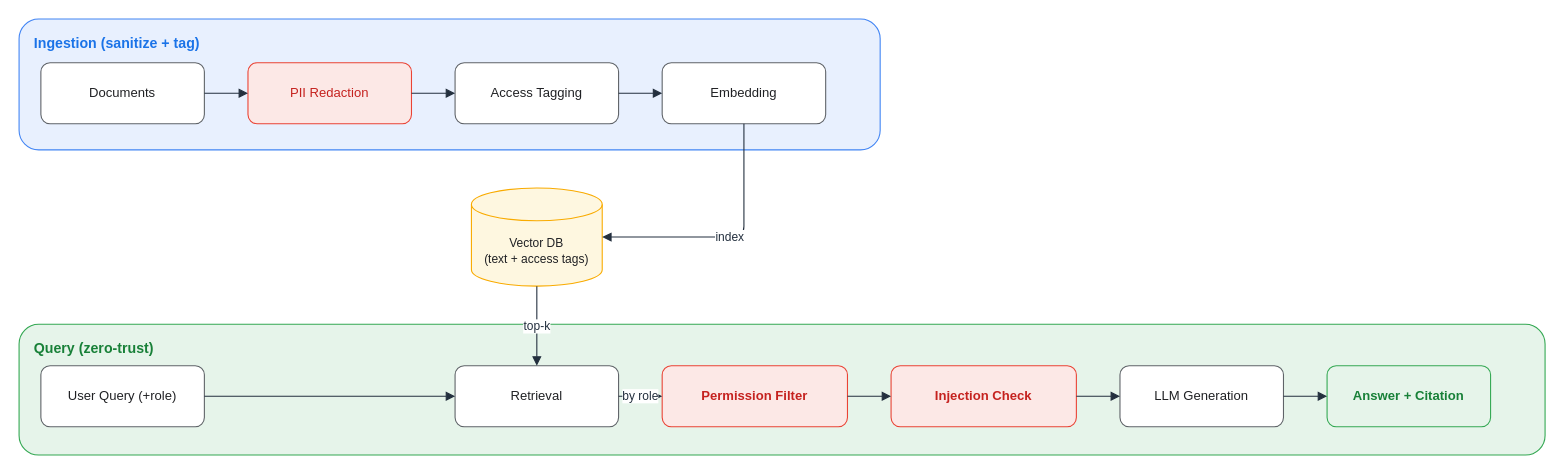
Above: assets/img/ai/rag-05-secure-rag-flow.drawio in KKamJi98/kkamji98.github.io (draw.io), before the change. Source tidied: cells renumbered, new cells numbered last; positions are measured from the earlier drawing's top-left corner, leaving out a move shared by most shapes. Both pictures are drawn from the tidied source at 109%, with x=0, y=0 at pixel (19, 19).
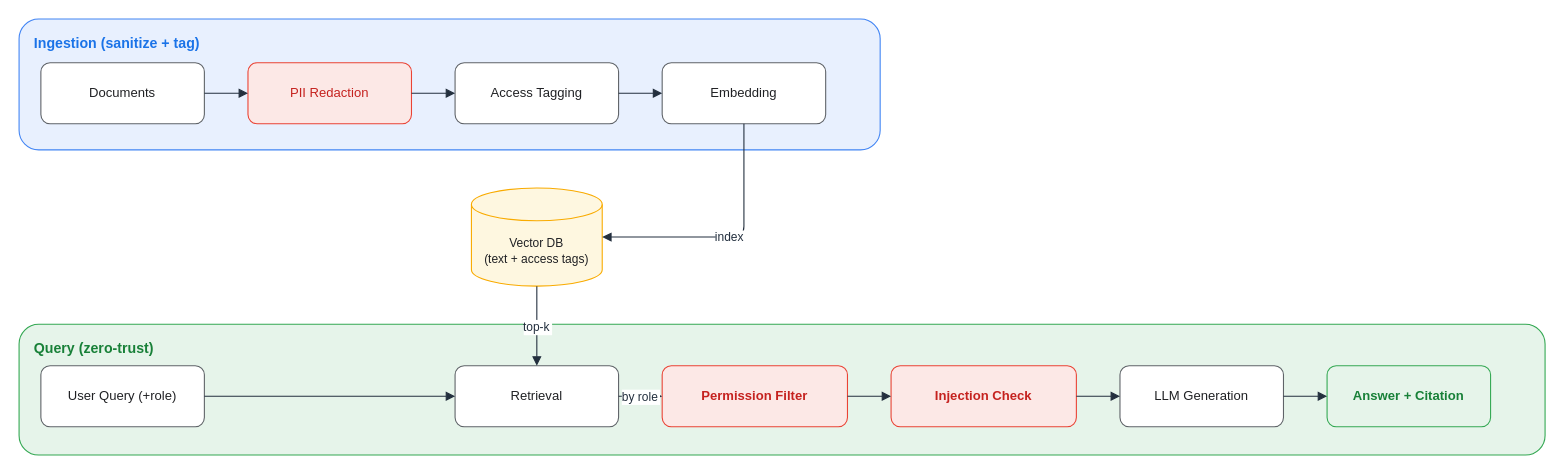
The same diagram, later.

Unchanged cells that the change refers to:
```xml
<mxCell id="7" value="Embedding" style="rounded=1;whiteSpace=wrap;html=1;fillColor=#FFFFFF;strokeColor=#5F6368;shadow=0;fontSize=12;fontColor=#202124;" parent="1" vertex="1">
  <mxGeometry x="590" y="40" width="150" height="56" as="geometry" />
</mxCell>
<mxCell id="8" value="Vector DB&#10;(text + access tags)" style="shape=cylinder3;whiteSpace=wrap;html=1;fillColor=#FEF7E0;strokeColor=#F9AB00;shadow=0;fontSize=11;fontColor=#202124;boundedLbl=1;" parent="1" vertex="1">
  <mxGeometry x="415" y="155" width="120" height="90" as="geometry" />
</mxCell>
<mxCell id="10" value="Retrieval" style="rounded=1;whiteSpace=wrap;html=1;fillColor=#FFFFFF;strokeColor=#5F6368;shadow=0;fontSize=12;fontColor=#202124;" parent="1" vertex="1">
  <mxGeometry x="400" y="318" width="150" height="56" as="geometry" />
</mxCell>
<mxCell id="11" value="Permission Filter" style="rounded=1;whiteSpace=wrap;html=1;fillColor=#FCE8E6;strokeColor=#EA4335;shadow=0;fontSize=12;fontColor=#C5221F;fontStyle=1;" parent="1" vertex="1">
  <mxGeometry x="590" y="318" width="170" height="56" as="geometry" />
</mxCell>
```

Change to the diagram source:
```diff
@@
-    <mxCell id="18" value="index" style="edgeStyle=orthogonalEdgeStyle;rounded=1;html=1;endArrow=block;strokeColor=#232F3E;fontColor=#232F3E;fontSize=11;labelBackgroundColor=#FFFFFF;" parent="1" edge="1" source="7" target="8">
+    <mxCell id="18" value="index" style="edgeStyle=orthogonalEdgeStyle;rounded=1;html=0;endArrow=block;strokeColor=#232F3E;fontColor=#232F3E;fontSize=11;labelBackgroundColor=#FFFFFF;" parent="1" edge="1" source="7" target="8">
       <mxGeometry relative="1" as="geometry">
         <Array as="points">
           <mxPoint x="665" y="200" />
           <mxPoint x="535" y="200" />
         </Array>
       </mxGeometry>
     </mxCell>
-    <mxCell id="19" value="top-k" style="edgeStyle=orthogonalEdgeStyle;rounded=1;html=1;endArrow=block;strokeColor=#232F3E;fontColor=#232F3E;fontSize=11;labelBackgroundColor=#FFFFFF;" parent="1" edge="1" source="8" target="10">
+    <mxCell id="19" value="top-k" style="edgeStyle=orthogonalEdgeStyle;rounded=1;html=0;endArrow=block;strokeColor=#232F3E;fontColor=#232F3E;fontSize=11;labelBackgroundColor=#FFFFFF;" parent="1" edge="1" source="8" target="10">
       <mxGeometry relative="1" as="geometry" />
     </mxCell>
@@
-    <mxCell id="21" value="by role" style="edgeStyle=orthogonalEdgeStyle;rounded=1;html=1;endArrow=block;strokeColor=#232F3E;fontColor=#232F3E;fontSize=11;labelBackgroundColor=#FFFFFF;" parent="1" edge="1" source="10" target="11">
+    <mxCell id="21" value="by role" style="edgeStyle=orthogonalEdgeStyle;rounded=1;html=0;endArrow=block;strokeColor=#232F3E;fontColor=#232F3E;fontSize=11;labelBackgroundColor=#FFFFFF;" parent="1" edge="1" source="10" target="11">
       <mxGeometry relative="1" as="geometry" />
     </mxCell>
```
